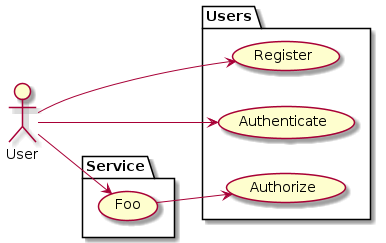
chayward1/users keeps this PlantUML diagram as example.png. Above is the earlier version.
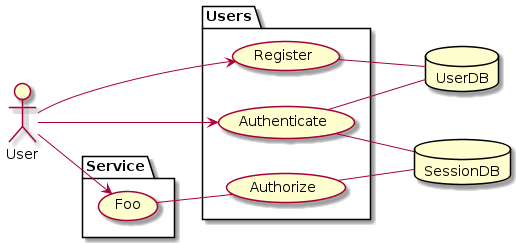
Later version of the same file.

The edit, as a diff of the source:
```diff
@@ -12,9 +12,17 @@
   usecase Foo
 }
 
+database UserDB
+database SessionDB
+
 User --> Register
+Register -- UserDB
+
 User --> Authenticate
+Authenticate -- UserDB
+Authenticate -- SessionDB
 
 User --> Foo
-Foo --> Authorize
+Foo -- Authorize
+Authorize -- SessionDB
 @enduml
```
